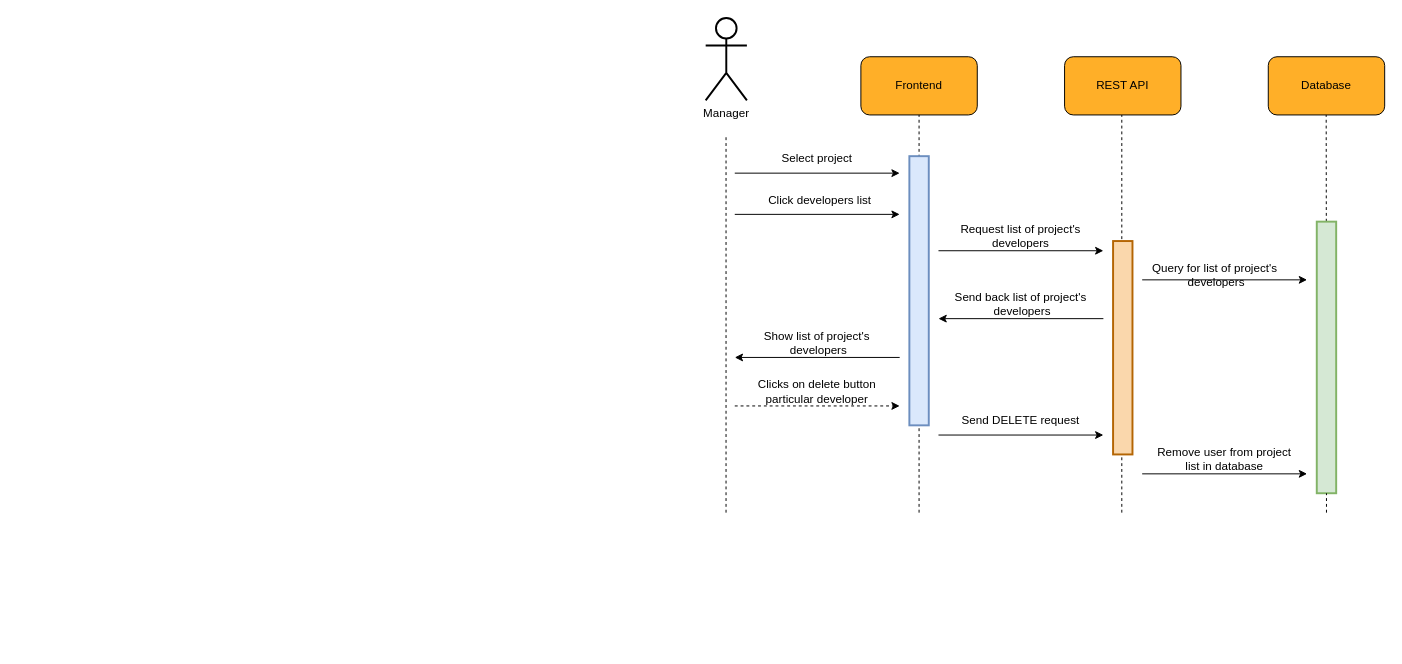
The draw.io diagram diagrams/collaboration/cd-14.drawio in usman1100/fyp-documentation, before the edit. Source tidied: cells renumbered, new cells numbered last; positions are measured from the earlier drawing's top-left corner, leaving out a move shared by most shapes. Both pictures are drawn from the tidied source at 97%, with x=0, y=0 at pixel (705, 17).
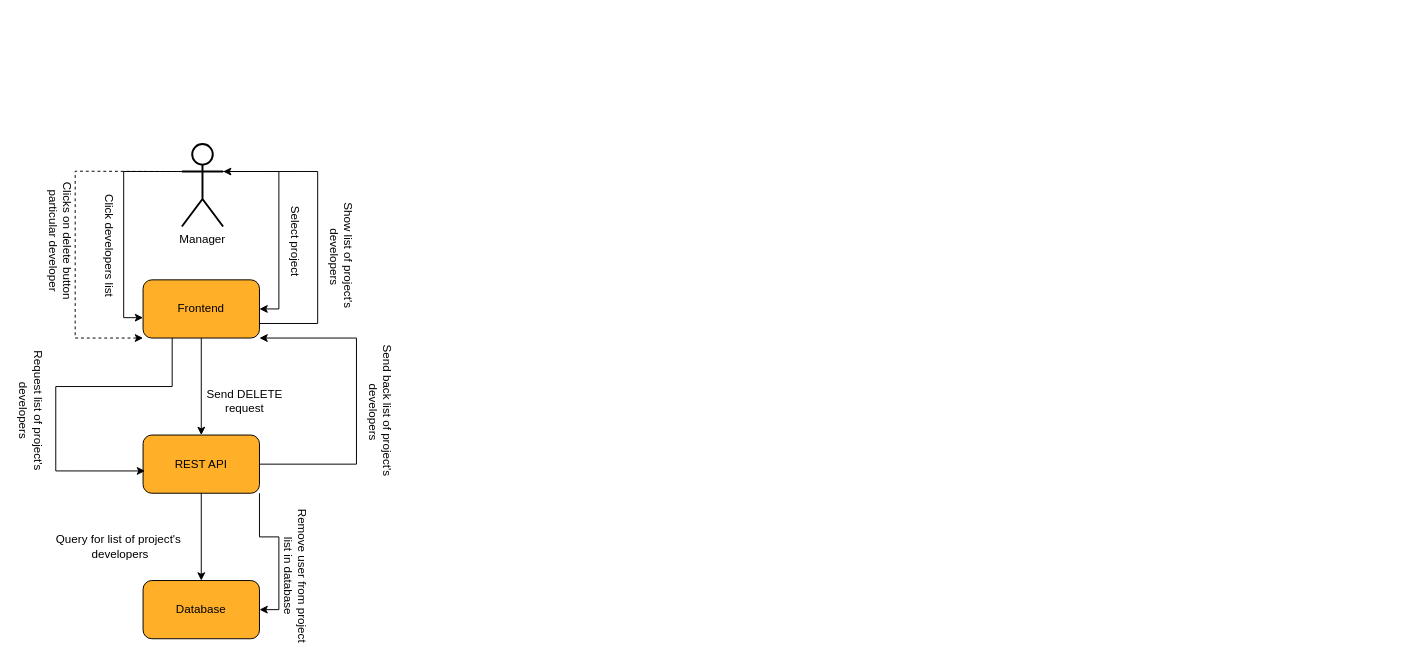
The same page after the edit.

The edit, as a diff of the source:
```diff
@@
-    <mxCell id="2" style="endArrow=none;dashed=1;html=1;rounded=0;jumpSize=6;strokeWidth=1;startArrow=none;fontSize=12;" parent="1" edge="1">
-      <mxGeometry relative="1" as="geometry">
-        <mxPoint x="429" y="510" as="sourcePoint" />
-        <mxPoint x="429" y="100" as="targetPoint" />
-      </mxGeometry>
-    </mxCell>
-    <mxCell id="3" style="group;fontSize=12;" parent="1" vertex="1">
-      <mxGeometry x="160" y="40" width="120" height="60" as="geometry" />
-    </mxCell>
-    <mxCell id="4" style="rounded=1;whiteSpace=wrap;html=1;fillColor=#FFAF28;fontSize=12;" parent="3" vertex="1">
-      <mxGeometry width="120" height="60" as="geometry" />
-    </mxCell>
+    <mxCell id="17" value="Select project" style="text;html=1;strokeColor=none;fillColor=none;align=center;verticalAlign=middle;whiteSpace=wrap;rounded=0;rotation=90;" parent="1" vertex="1">
+      <mxGeometry x="-497.5" y="215" width="150" height="30" as="geometry" />
+    </mxCell>
+    <mxCell id="19" value="Click developers list" style="text;html=1;strokeColor=none;fillColor=none;align=center;verticalAlign=middle;whiteSpace=wrap;rounded=0;rotation=90;" parent="1" vertex="1">
+      <mxGeometry x="-690" y="220" width="150" height="30" as="geometry" />
+    </mxCell>
+    <mxCell id="21" value="Request list of project's developers" style="text;html=1;strokeColor=none;fillColor=none;align=center;verticalAlign=middle;whiteSpace=wrap;rounded=0;rotation=90;" parent="1" vertex="1">
+      <mxGeometry x="-770" y="390" width="150" height="30" as="geometry" />
+    </mxCell>
+    <mxCell id="23" value="Query for list of&amp;nbsp;project's&lt;br&gt;&amp;nbsp;developers" style="text;html=1;strokeColor=none;fillColor=none;align=center;verticalAlign=middle;whiteSpace=wrap;rounded=0;" parent="1" vertex="1">
+      <mxGeometry x="-680" y="530" width="150" height="30" as="geometry" />
+    </mxCell>
+    <mxCell id="31" value="Clicks on delete button particular developer" style="text;html=1;strokeColor=none;fillColor=none;align=center;verticalAlign=middle;whiteSpace=wrap;rounded=0;rotation=90;" parent="1" vertex="1">
+      <mxGeometry x="-740" y="215" width="150" height="30" as="geometry" />
+    </mxCell>
+    <mxCell id="33" value="Send DELETE request" style="text;html=1;strokeColor=none;fillColor=none;align=center;verticalAlign=middle;whiteSpace=wrap;rounded=0;" parent="1" vertex="1">
+      <mxGeometry x="-530" y="380" width="110" height="30" as="geometry" />
+    </mxCell>
+    <mxCell id="35" value="Remove user from project list in database" style="text;html=1;strokeColor=none;fillColor=none;align=center;verticalAlign=middle;whiteSpace=wrap;rounded=0;rotation=90;" parent="1" vertex="1">
+      <mxGeometry x="-497.5" y="560" width="150" height="30" as="geometry" />
+    </mxCell>
+    <mxCell id="40" style="group;fontSize=12;" parent="1" vertex="1">
+      <mxGeometry x="-580" y="270" width="120" height="60" as="geometry" />
+    </mxCell>
+    <mxCell id="41" style="rounded=1;whiteSpace=wrap;html=1;fillColor=#FFAF28;fontSize=12;" parent="40" vertex="1">
+      <mxGeometry width="120" height="60" as="geometry" />
+    </mxCell>
-    <mxCell id="5" value="&lt;font style=&quot;font-size: 12px;&quot;&gt;Frontend&lt;/font&gt;" style="text;html=1;strokeColor=none;fillColor=none;align=center;verticalAlign=middle;whiteSpace=wrap;rounded=0;fontSize=12;" parent="3" vertex="1">
+    <mxCell id="5" value="&lt;font style=&quot;font-size: 12px;&quot;&gt;Frontend&lt;/font&gt;" style="text;html=1;strokeColor=none;fillColor=none;align=center;verticalAlign=middle;whiteSpace=wrap;rounded=0;fontSize=12;" parent="40" vertex="1">
       <mxGeometry x="30" y="15" width="60" height="30" as="geometry" />
     </mxCell>
-    <mxCell id="6" style="group;fontSize=12;" parent="1" vertex="1">
-      <mxGeometry x="370" y="40" width="120" height="60" as="geometry" />
-    </mxCell>
-    <mxCell id="7" style="rounded=1;whiteSpace=wrap;html=1;fillColor=#FFAF28;fontSize=12;" parent="6" vertex="1">
-      <mxGeometry width="120" height="60" as="geometry" />
-    </mxCell>
+    <mxCell id="42" style="group;fontSize=12;" parent="1" vertex="1">
+      <mxGeometry x="-580" y="430" width="120" height="60" as="geometry" />
+    </mxCell>
+    <mxCell id="43" style="rounded=1;whiteSpace=wrap;html=1;fillColor=#FFAF28;fontSize=12;" parent="42" vertex="1">
+      <mxGeometry width="120" height="60" as="geometry" />
+    </mxCell>
-    <mxCell id="8" value="&lt;font style=&quot;font-size: 12px;&quot;&gt;REST API&lt;/font&gt;" style="text;html=1;strokeColor=none;fillColor=none;align=center;verticalAlign=middle;whiteSpace=wrap;rounded=0;fontSize=12;" parent="6" vertex="1">
+    <mxCell id="8" value="&lt;font style=&quot;font-size: 12px;&quot;&gt;REST API&lt;/font&gt;" style="text;html=1;strokeColor=none;fillColor=none;align=center;verticalAlign=middle;whiteSpace=wrap;rounded=0;fontSize=12;" parent="42" vertex="1">
       <mxGeometry x="30" y="15" width="60" height="30" as="geometry" />
     </mxCell>
-    <mxCell id="9" style="endArrow=none;dashed=1;html=1;rounded=0;entryX=0.5;entryY=1;entryDx=0;entryDy=0;jumpSize=6;strokeWidth=1;fontSize=12;" parent="1" edge="1" target="4">
-      <mxGeometry relative="1" as="geometry">
-        <mxPoint x="220" y="510" as="sourcePoint" />
-      </mxGeometry>
-    </mxCell>
+    <mxCell id="44" style="edgeStyle=orthogonalEdgeStyle;rounded=0;jettySize=auto;html=1;exitX=1;exitY=0.3333333333333333;exitDx=0;exitDy=0;exitPerimeter=0;" parent="1" edge="1" source="10">
+      <mxGeometry relative="1" as="geometry">
+        <mxPoint x="-460" y="300" as="targetPoint" />
+        <Array as="points">
+          <mxPoint x="-440" y="158" />
+          <mxPoint x="-440" y="300" />
+        </Array>
+      </mxGeometry>
+    </mxCell>
+    <mxCell id="45" style="edgeStyle=orthogonalEdgeStyle;rounded=0;jettySize=auto;html=1;exitX=0;exitY=0.3333333333333333;exitDx=0;exitDy=0;exitPerimeter=0;entryX=0;entryY=0.65;entryDx=0;entryDy=0;entryPerimeter=0;" parent="1" edge="1" source="10" target="41">
+      <mxGeometry relative="1" as="geometry" />
+    </mxCell>
     <mxCell id="10" value="Manager" style="shape=umlActor;verticalLabelPosition=bottom;verticalAlign=top;html=1;outlineConnect=0;rounded=1;strokeWidth=2;fontSize=12;" parent="1" vertex="1">
-      <mxGeometry width="42.5" height="85" as="geometry" />
+      <mxGeometry x="-540" y="130" width="42.5" height="85" as="geometry" />
     </mxCell>
-    <mxCell id="11" style="endArrow=none;dashed=1;html=1;rounded=0;jumpSize=6;strokeWidth=1;fontSize=12;" parent="1" edge="1">
-      <mxGeometry relative="1" as="geometry">
-        <mxPoint x="21" y="510" as="sourcePoint" />
-        <mxPoint x="21" y="120" as="targetPoint" />
-      </mxGeometry>
-    </mxCell>
-    <mxCell id="12" style="group;fontSize=12;" parent="1" vertex="1">
-      <mxGeometry x="580" y="40" width="120" height="60" as="geometry" />
-    </mxCell>
-    <mxCell id="13" style="rounded=1;whiteSpace=wrap;html=1;fillColor=#FFAF28;fontSize=12;" parent="12" vertex="1">
-      <mxGeometry width="120" height="60" as="geometry" />
-    </mxCell>
+    <mxCell id="46" style="group;fontSize=12;" parent="1" vertex="1">
+      <mxGeometry x="-580" y="580" width="120" height="60" as="geometry" />
+    </mxCell>
+    <mxCell id="47" style="rounded=1;whiteSpace=wrap;html=1;fillColor=#FFAF28;fontSize=12;" parent="46" vertex="1">
+      <mxGeometry width="120" height="60" as="geometry" />
+    </mxCell>
-    <mxCell id="14" value="&lt;font style=&quot;font-size: 12px&quot;&gt;Database&lt;/font&gt;" style="text;html=1;strokeColor=none;fillColor=none;align=center;verticalAlign=middle;whiteSpace=wrap;rounded=0;fontSize=12;" parent="12" vertex="1">
+    <mxCell id="14" value="&lt;font style=&quot;font-size: 12px&quot;&gt;Database&lt;/font&gt;" style="text;html=1;strokeColor=none;fillColor=none;align=center;verticalAlign=middle;whiteSpace=wrap;rounded=0;fontSize=12;" parent="46" vertex="1">
       <mxGeometry x="30" y="15" width="60" height="30" as="geometry" />
     </mxCell>
-    <mxCell id="15" style="endArrow=none;dashed=1;html=1;rounded=0;jumpSize=6;strokeWidth=1;fontSize=12;startArrow=none;" parent="1" edge="1" source="38">
-      <mxGeometry relative="1" as="geometry">
-        <mxPoint x="639.7" y="100" as="targetPoint" />
-      </mxGeometry>
-    </mxCell>
-    <mxCell id="16" style="endArrow=classic;html=1;rounded=0;" parent="1" edge="1">
-      <mxGeometry relative="1" as="geometry">
-        <mxPoint x="30" y="160" as="sourcePoint" />
-        <mxPoint x="200" y="160" as="targetPoint" />
-      </mxGeometry>
-    </mxCell>
-    <mxCell id="17" value="Select project" style="text;html=1;strokeColor=none;fillColor=none;align=center;verticalAlign=middle;whiteSpace=wrap;rounded=0;" parent="1" vertex="1">
-      <mxGeometry x="40" y="130" width="150" height="30" as="geometry" />
-    </mxCell>
-    <mxCell id="18" style="endArrow=classic;html=1;rounded=0;" parent="1" edge="1">
-      <mxGeometry relative="1" as="geometry">
-        <mxPoint x="30" y="202.5" as="sourcePoint" />
-        <mxPoint x="200" y="202.5" as="targetPoint" />
-      </mxGeometry>
-    </mxCell>
-    <mxCell id="19" value="Click developers list" style="text;html=1;strokeColor=none;fillColor=none;align=center;verticalAlign=middle;whiteSpace=wrap;rounded=0;" parent="1" vertex="1">
-      <mxGeometry x="42.5" y="172.5" width="150" height="30" as="geometry" />
-    </mxCell>
-    <mxCell id="20" style="endArrow=classic;html=1;rounded=0;" parent="1" edge="1">
-      <mxGeometry relative="1" as="geometry">
-        <mxPoint x="240" y="240" as="sourcePoint" />
-        <mxPoint x="410" y="240" as="targetPoint" />
-      </mxGeometry>
-    </mxCell>
-    <mxCell id="21" value="Request list of project's developers" style="text;html=1;strokeColor=none;fillColor=none;align=center;verticalAlign=middle;whiteSpace=wrap;rounded=0;" parent="1" vertex="1">
-      <mxGeometry x="250" y="210" width="150" height="30" as="geometry" />
-    </mxCell>
-    <mxCell id="22" style="endArrow=classic;html=1;rounded=0;" parent="1" edge="1">
-      <mxGeometry relative="1" as="geometry">
-        <mxPoint x="450" y="270" as="sourcePoint" />
-        <mxPoint x="620" y="270" as="targetPoint" />
-      </mxGeometry>
-    </mxCell>
-    <mxCell id="23" value="Query for list of&amp;nbsp;project's&lt;br&gt;&amp;nbsp;developers" style="text;html=1;strokeColor=none;fillColor=none;align=center;verticalAlign=middle;whiteSpace=wrap;rounded=0;" parent="1" vertex="1">
-      <mxGeometry x="450" y="250" width="150" height="30" as="geometry" />
-    </mxCell>
-    <mxCell id="24" style="group;" parent="1" vertex="1">
-      <mxGeometry x="240" y="280" width="170" height="30" as="geometry" />
-    </mxCell>
-    <mxCell id="25" style="endArrow=classic;html=1;rounded=0;" parent="24" edge="1">
-      <mxGeometry relative="1" as="geometry">
-        <mxPoint x="170" y="30" as="sourcePoint" />
-        <mxPoint y="30" as="targetPoint" />
-      </mxGeometry>
-    </mxCell>
+    <mxCell id="48" style="edgeStyle=orthogonalEdgeStyle;rounded=0;jettySize=auto;html=1;exitX=1;exitY=0.75;exitDx=0;exitDy=0;entryX=1;entryY=0.3333333333333333;entryDx=0;entryDy=0;entryPerimeter=0;" parent="1" edge="1" source="41" target="10">
+      <mxGeometry relative="1" as="geometry">
+        <Array as="points">
+          <mxPoint x="-400" y="315" />
+          <mxPoint x="-400" y="158" />
+        </Array>
+      </mxGeometry>
+    </mxCell>
+    <mxCell id="49" style="endArrow=classic;html=1;rounded=0;dashed=1;entryX=0;entryY=1;entryDx=0;entryDy=0;exitX=0;exitY=0.3333333333333333;exitDx=0;exitDy=0;exitPerimeter=0;" parent="1" edge="1" source="10" target="41">
+      <mxGeometry relative="1" as="geometry">
+        <Array as="points">
+          <mxPoint x="-650" y="158" />
+          <mxPoint x="-650" y="330" />
+        </Array>
+      </mxGeometry>
+    </mxCell>
+    <mxCell id="50" style="edgeStyle=orthogonalEdgeStyle;rounded=0;jettySize=auto;html=1;exitX=0.5;exitY=1;exitDx=0;exitDy=0;entryX=0.5;entryY=0;entryDx=0;entryDy=0;" parent="1" edge="1" source="41" target="43">
+      <mxGeometry relative="1" as="geometry" />
+    </mxCell>
+    <mxCell id="51" style="edgeStyle=orthogonalEdgeStyle;rounded=0;jettySize=auto;html=1;exitX=1;exitY=0.5;exitDx=0;exitDy=0;entryX=1;entryY=1;entryDx=0;entryDy=0;" parent="1" edge="1" source="43" target="41">
+      <mxGeometry relative="1" as="geometry">
+        <Array as="points">
+          <mxPoint x="-360" y="460" />
+          <mxPoint x="-360" y="330" />
+        </Array>
+      </mxGeometry>
+    </mxCell>
+    <mxCell id="52" style="edgeStyle=orthogonalEdgeStyle;rounded=0;jettySize=auto;html=1;exitX=0.25;exitY=1;exitDx=0;exitDy=0;entryX=0.017;entryY=0.617;entryDx=0;entryDy=0;entryPerimeter=0;" parent="1" edge="1" source="41" target="43">
+      <mxGeometry relative="1" as="geometry">
+        <Array as="points">
+          <mxPoint x="-550" y="380" />
+          <mxPoint x="-670" y="380" />
+          <mxPoint x="-670" y="467" />
+        </Array>
+      </mxGeometry>
+    </mxCell>
+    <mxCell id="53" style="edgeStyle=orthogonalEdgeStyle;rounded=0;jettySize=auto;html=1;exitX=0.5;exitY=1;exitDx=0;exitDy=0;entryX=0.5;entryY=0;entryDx=0;entryDy=0;" parent="1" edge="1" source="43" target="47">
+      <mxGeometry relative="1" as="geometry" />
+    </mxCell>
+    <mxCell id="54" style="edgeStyle=orthogonalEdgeStyle;rounded=0;jettySize=auto;html=1;exitX=1;exitY=1;exitDx=0;exitDy=0;entryX=1;entryY=0.5;entryDx=0;entryDy=0;" parent="1" edge="1" source="43" target="47">
+      <mxGeometry relative="1" as="geometry" />
+    </mxCell>
+    <mxCell id="29" value="Show list of&amp;nbsp;project's&lt;br&gt;&amp;nbsp;developers" style="text;html=1;strokeColor=none;fillColor=none;align=center;verticalAlign=middle;whiteSpace=wrap;rounded=0;rotation=90;" parent="1" vertex="1">
+      <mxGeometry x="-450" y="230" width="150" height="30" as="geometry" />
+    </mxCell>
-    <mxCell id="26" value="Send back list of&amp;nbsp;project's&lt;br&gt;&amp;nbsp;developers" style="text;html=1;strokeColor=none;fillColor=none;align=center;verticalAlign=middle;whiteSpace=wrap;rounded=0;" parent="24" vertex="1">
-      <mxGeometry x="10" width="150" height="30" as="geometry" />
+    <mxCell id="26" value="Send back list of&amp;nbsp;project's&lt;br&gt;&amp;nbsp;developers" style="text;html=1;strokeColor=none;fillColor=none;align=center;verticalAlign=middle;whiteSpace=wrap;rounded=0;rotation=90;" parent="1" vertex="1">
+      <mxGeometry x="-410" y="390" width="150" height="30" as="geometry" />
     </mxCell>
-    <mxCell id="27" style="group;" parent="1" vertex="1">
-      <mxGeometry x="30" y="320" width="170" height="30" as="geometry" />
-    </mxCell>
-    <mxCell id="28" style="endArrow=classic;html=1;rounded=0;" parent="27" edge="1">
-      <mxGeometry relative="1" as="geometry">
-        <mxPoint x="170" y="30" as="sourcePoint" />
-        <mxPoint y="30" as="targetPoint" />
-      </mxGeometry>
-    </mxCell>
-    <mxCell id="29" value="Show list of&amp;nbsp;project's&lt;br&gt;&amp;nbsp;developers" style="text;html=1;strokeColor=none;fillColor=none;align=center;verticalAlign=middle;whiteSpace=wrap;rounded=0;" parent="27" vertex="1">
-      <mxGeometry x="10" width="150" height="30" as="geometry" />
-    </mxCell>
-    <mxCell id="30" style="endArrow=classic;html=1;rounded=0;dashed=1;" parent="1" edge="1">
-      <mxGeometry relative="1" as="geometry">
-        <mxPoint x="30" y="400" as="sourcePoint" />
-        <mxPoint x="200" y="400" as="targetPoint" />
-      </mxGeometry>
-    </mxCell>
-    <mxCell id="31" value="Clicks on delete button particular developer" style="text;html=1;strokeColor=none;fillColor=none;align=center;verticalAlign=middle;whiteSpace=wrap;rounded=0;" parent="1" vertex="1">
-      <mxGeometry x="40" y="370" width="150" height="30" as="geometry" />
-    </mxCell>
-    <mxCell id="32" style="endArrow=classic;html=1;rounded=0;" parent="1" edge="1">
-      <mxGeometry relative="1" as="geometry">
-        <mxPoint x="240" y="430" as="sourcePoint" />
-        <mxPoint x="410" y="430" as="targetPoint" />
-      </mxGeometry>
-    </mxCell>
-    <mxCell id="33" value="Send DELETE request" style="text;html=1;strokeColor=none;fillColor=none;align=center;verticalAlign=middle;whiteSpace=wrap;rounded=0;" parent="1" vertex="1">
-      <mxGeometry x="250" y="400" width="150" height="30" as="geometry" />
-    </mxCell>
-    <mxCell id="34" style="endArrow=classic;html=1;rounded=0;" parent="1" edge="1">
-      <mxGeometry relative="1" as="geometry">
-        <mxPoint x="450" y="470" as="sourcePoint" />
-        <mxPoint x="620" y="470" as="targetPoint" />
-      </mxGeometry>
-    </mxCell>
-    <mxCell id="35" value="Remove user from project list in database" style="text;html=1;strokeColor=none;fillColor=none;align=center;verticalAlign=middle;whiteSpace=wrap;rounded=0;" parent="1" vertex="1">
-      <mxGeometry x="460" y="440" width="150" height="30" as="geometry" />
-    </mxCell>
-    <mxCell id="36" style="rounded=0;whiteSpace=wrap;html=1;fontSize=12;strokeWidth=2;fillColor=#dae8fc;strokeColor=#6c8ebf;" parent="1" vertex="1">
-      <mxGeometry x="210" y="142.5" width="20" height="277.5" as="geometry" />
-    </mxCell>
-    <mxCell id="37" style="rounded=0;whiteSpace=wrap;html=1;fontSize=12;strokeWidth=2;fillColor=#fad7ac;strokeColor=#b46504;" parent="1" vertex="1">
-      <mxGeometry x="420" y="230" width="20" height="220" as="geometry" />
-    </mxCell>
-    <mxCell id="38" style="rounded=0;whiteSpace=wrap;html=1;fontSize=12;strokeWidth=2;fillColor=#d5e8d4;strokeColor=#82b366;" parent="1" vertex="1">
-      <mxGeometry x="630" y="210" width="20" height="280" as="geometry" />
-    </mxCell>
-    <mxCell id="39" style="endArrow=none;dashed=1;html=1;rounded=0;jumpSize=6;strokeWidth=1;fontSize=12;startArrow=none;" parent="1" edge="1" target="38">
-      <mxGeometry relative="1" as="geometry">
-        <mxPoint x="640" y="510" as="sourcePoint" />
-      </mxGeometry>
-    </mxCell>
```
